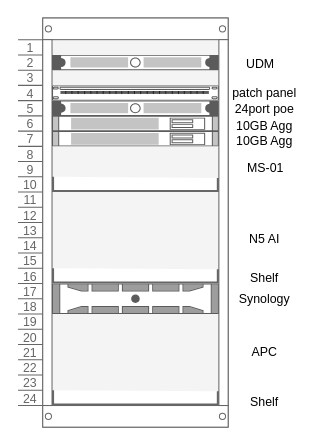
phincanes/Diagrams keeps this draw.io diagram as page "Page-2" (2 of 2) of brxtnorg Diagram.drawio. Above is the earlier version. Source tidied: cells renumbered, new cells numbered last; positions are measured from the earlier drawing's top-left corner, leaving out a move shared by most shapes. Both pictures are drawn from the tidied source at 103%, with x=0, y=0 at pixel (18, 18).
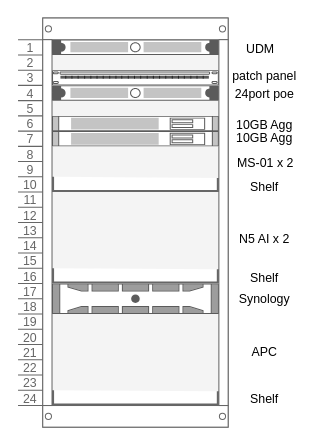
Above is the later version.

Unchanged cells that the change refers to:
```xml
<mxCell id="2" style="strokeColor=#666666;html=1;verticalLabelPosition=bottom;labelBackgroundColor=#ffffff;verticalAlign=top;shadow=0;dashed=0;shape=mxgraph.rackGeneral.rackCabinet3;rackUnitSize=14.8;fillColor2=#f4f4f4;allowGaps=1;textColor=#666666;numDisp=ascend;" parent="1" vertex="1">
  <mxGeometry width="204" height="399" as="geometry" />
</mxCell>
```

Diff of the diagram source:
```diff
@@
     <mxCell id="3" style="strokeColor=#666666;html=1;labelPosition=right;align=left;spacingLeft=15;shadow=0;dashed=0;shape=mxgraph.rack.general.1u_rack_server;" parent="2" vertex="1">
-      <mxGeometry x="33" y="35.8" width="162" height="14.8" as="geometry" />
+      <mxGeometry x="33" y="21" width="162" height="14.8" as="geometry" />
     </mxCell>
     <mxCell id="4" style="strokeColor=#666666;html=1;labelPosition=right;align=left;spacingLeft=15;shadow=0;dashed=0;shape=mxgraph.rack.general.cat5e_rack_mount_patch_panel_24_ports;" parent="2" vertex="1">
-      <mxGeometry x="33" y="65.4" width="162" height="14.8" as="geometry" />
+      <mxGeometry x="33" y="50.6" width="162" height="14.8" as="geometry" />
     </mxCell>
     <mxCell id="5" style="strokeColor=#666666;html=1;labelPosition=right;align=left;spacingLeft=15;shadow=0;dashed=0;shape=mxgraph.rack.general.1u_rack_server;" parent="2" vertex="1">
-      <mxGeometry x="33" y="80.2" width="162" height="14.8" as="geometry" />
+      <mxGeometry x="33" y="65.4" width="162" height="14.8" as="geometry" />
     </mxCell>
@@
     <mxCell id="14" value="Shelf" style="text;html=1;align=center;verticalAlign=middle;strokeColor=none;fillColor=none;" parent="1" vertex="1">
-      <mxGeometry x="214" y="358" width="50" height="30" as="geometry" />
+      <mxGeometry x="214" y="355" width="50" height="30" as="geometry" />
     </mxCell>
@@
-    <mxCell id="16" value="MS-01" style="text;html=1;align=center;verticalAlign=middle;strokeColor=none;fillColor=none;" parent="1" vertex="1">
-      <mxGeometry x="210" y="131" width="60" height="30" as="geometry" />
+    <mxCell id="16" value="MS-01 x 2" style="text;html=1;align=center;verticalAlign=middle;strokeColor=none;fillColor=none;" parent="1" vertex="1">
+      <mxGeometry x="200" y="126" width="80" height="30" as="geometry" />
     </mxCell>
     <mxCell id="17" value="10GB Agg" style="text;html=1;align=center;verticalAlign=middle;strokeColor=none;fillColor=none;" parent="1" vertex="1">
-      <mxGeometry x="199" y="105" width="80" height="30" as="geometry" />
+      <mxGeometry x="199" y="102" width="80" height="30" as="geometry" />
     </mxCell>
     <mxCell id="18" value="10GB Agg" style="text;html=1;align=center;verticalAlign=middle;strokeColor=none;fillColor=none;" parent="1" vertex="1">
-      <mxGeometry x="199" y="90" width="80" height="30" as="geometry" />
+      <mxGeometry x="199" y="89" width="80" height="30" as="geometry" />
     </mxCell>
     <mxCell id="19" value="patch panel" style="text;html=1;align=center;verticalAlign=middle;strokeColor=none;fillColor=none;" parent="1" vertex="1">
-      <mxGeometry x="194" y="58" width="90" height="30" as="geometry" />
+      <mxGeometry x="194" y="42" width="90" height="30" as="geometry" />
     </mxCell>
     <mxCell id="20" value="24port poe" style="text;html=1;align=center;verticalAlign=middle;strokeColor=none;fillColor=none;" parent="1" vertex="1">
-      <mxGeometry x="199" y="74" width="80" height="30" as="geometry" />
+      <mxGeometry x="199" y="59" width="80" height="30" as="geometry" />
     </mxCell>
     <mxCell id="21" value="UDM" style="text;html=1;align=center;verticalAlign=middle;strokeColor=none;fillColor=none;" parent="1" vertex="1">
-      <mxGeometry x="210" y="30" width="50" height="30" as="geometry" />
+      <mxGeometry x="210" y="15" width="50" height="30" as="geometry" />
     </mxCell>
-    <mxCell id="22" value="N5 AI" style="text;html=1;align=center;verticalAlign=middle;strokeColor=none;fillColor=none;" parent="1" vertex="1">
-      <mxGeometry x="214" y="200" width="50" height="30" as="geometry" />
+    <mxCell id="22" value="N5 AI x 2" style="text;html=1;align=center;verticalAlign=middle;strokeColor=none;fillColor=none;" parent="1" vertex="1">
+      <mxGeometry x="204" y="200" width="70" height="30" as="geometry" />
     </mxCell>
+    <mxCell id="23" value="Shelf" style="text;html=1;align=center;verticalAlign=middle;strokeColor=none;fillColor=none;" parent="1" vertex="1">
+      <mxGeometry x="214" y="149" width="50" height="30" as="geometry" />
+    </mxCell>
```
